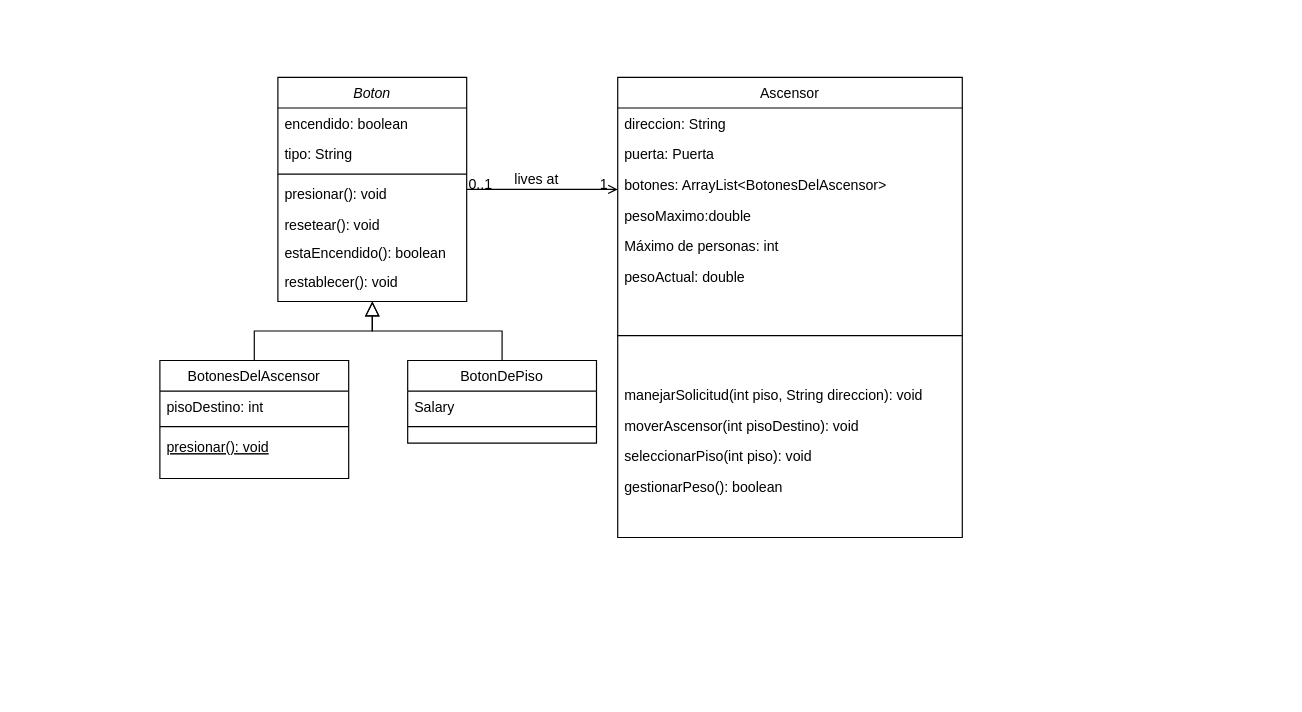
This is Diagrama sin título.drawio from DavidOD17/3-Momento, a draw.io file, before an edit. Source tidied: cells renumbered, new cells numbered last; positions are measured from the earlier drawing's top-left corner, leaving out a move shared by most shapes. Both pictures are drawn from the tidied source at 118%, with x=0, y=0 at pixel (159, 77).
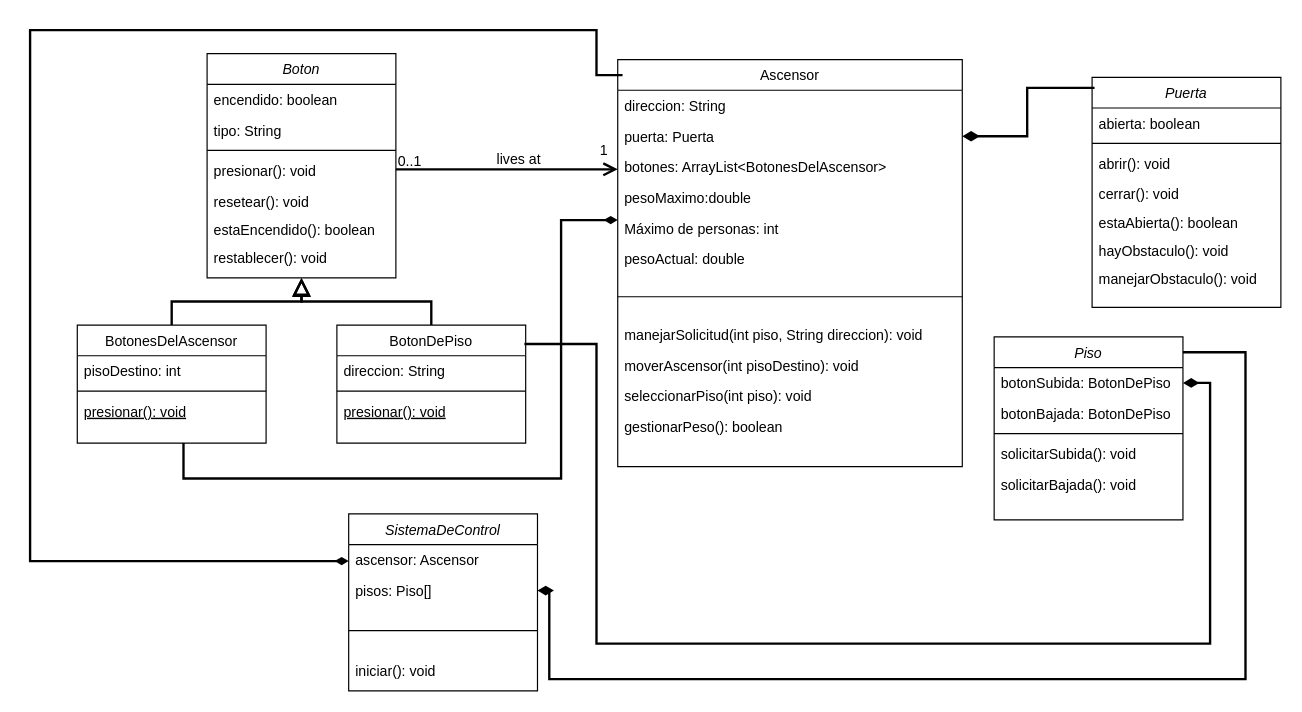
Above is the later version.

Unchanged cells that the change refers to:
```xml
<mxCell id="21" value="puerta: Puerta" style="text;align=left;verticalAlign=top;spacingLeft=4;spacingRight=4;overflow=hidden;points=[[0,0.5],[1,0.5]];portConstraint=eastwest;rounded=0;shadow=0;html=0;" parent="19" vertex="1">
  <mxGeometry y="52" width="292" height="26" as="geometry" />
</mxCell>
```

Diff of the diagram source:
```diff
@@
     <mxCell id="2" value="Boton" style="swimlane;fontStyle=2;align=center;verticalAlign=top;horizontal=1;startSize=26;rounded=0;shadow=0;strokeWidth=1;" parent="1" vertex="1">
-      <mxGeometry x="100" width="160" height="190" as="geometry" />
+      <mxGeometry x="40" y="-20" width="160" height="190" as="geometry" />
     </mxCell>
@@
     <mxCell id="10" value="BotonesDelAscensor" style="swimlane;fontStyle=0;align=center;verticalAlign=top;horizontal=1;startSize=26;rounded=0;shadow=0;strokeWidth=1;" parent="1" vertex="1">
-      <mxGeometry y="240" width="160" height="100" as="geometry" />
+      <mxGeometry x="-70" y="210" width="160" height="100" as="geometry" />
     </mxCell>
@@
-    <mxCell id="14" style="endArrow=block;endSize=10;endFill=0;shadow=0;strokeWidth=1;rounded=0;curved=0;edgeStyle=elbowEdgeStyle;elbow=vertical;" parent="1" edge="1" source="10" target="2">
+    <mxCell id="14" style="endArrow=block;endSize=11;endFill=0;shadow=0;strokeWidth=2;rounded=0;curved=0;edgeStyle=elbowEdgeStyle;elbow=vertical;" parent="1" edge="1" source="10" target="2">
       <mxGeometry relative="1" as="geometry" />
     </mxCell>
     <mxCell id="15" value="BotonDePiso" style="swimlane;fontStyle=0;align=center;verticalAlign=top;horizontal=1;startSize=26;rounded=0;shadow=0;strokeWidth=1;" parent="1" vertex="1">
-      <mxGeometry x="210" y="240" width="160" height="70" as="geometry" />
+      <mxGeometry x="150" y="210" width="160" height="100" as="geometry" />
     </mxCell>
-    <mxCell id="16" value="Salary" style="text;align=left;verticalAlign=top;spacingLeft=4;spacingRight=4;overflow=hidden;" parent="15" vertex="1">
+    <mxCell id="16" value="direccion: String" style="text;align=left;verticalAlign=top;spacingLeft=4;spacingRight=4;overflow=hidden;" parent="15" vertex="1">
       <mxGeometry y="26" width="160" height="26" as="geometry" />
     </mxCell>
@@
+    <mxCell id="35" value="presionar(): void" style="text;align=left;verticalAlign=top;spacingLeft=4;spacingRight=4;overflow=hidden;fontStyle=4;" parent="15" vertex="1">
+      <mxGeometry y="60" width="160" height="26" as="geometry" />
+    </mxCell>
-    <mxCell id="18" style="endArrow=block;endSize=10;endFill=0;shadow=0;strokeWidth=1;rounded=0;curved=0;edgeStyle=elbowEdgeStyle;elbow=vertical;" parent="1" edge="1" source="15" target="2">
+    <mxCell id="18" style="endArrow=block;endSize=10;endFill=0;shadow=0;strokeWidth=2;rounded=0;curved=0;edgeStyle=elbowEdgeStyle;elbow=vertical;" parent="1" edge="1" source="15" target="2">
       <mxGeometry relative="1" as="geometry" />
     </mxCell>
     <mxCell id="19" value="Ascensor" style="swimlane;fontStyle=0;align=center;verticalAlign=top;horizontal=1;startSize=26;rounded=0;shadow=0;strokeWidth=1;" parent="1" vertex="1">
-      <mxGeometry x="388" width="292" height="390" as="geometry" />
+      <mxGeometry x="388" y="-15" width="292" height="345" as="geometry" />
     </mxCell>
@@
     <mxCell id="26" style="line;html=1;strokeWidth=1;align=left;verticalAlign=middle;spacingTop=-1;spacingLeft=3;spacingRight=3;labelPosition=right;" parent="19" vertex="1">
-      <mxGeometry y="182" width="292" height="74" as="geometry" />
+      <mxGeometry y="182" width="292" height="38" as="geometry" />
     </mxCell>
     <mxCell id="27" value="manejarSolicitud(int piso, String direccion): void" style="text;align=left;verticalAlign=top;spacingLeft=4;spacingRight=4;overflow=hidden;" parent="19" vertex="1">
-      <mxGeometry y="256" width="292" height="26" as="geometry" />
+      <mxGeometry y="220" width="292" height="26" as="geometry" />
     </mxCell>
     <mxCell id="28" value="moverAscensor(int pisoDestino): void" style="text;align=left;verticalAlign=top;spacingLeft=4;spacingRight=4;overflow=hidden;" parent="19" vertex="1">
-      <mxGeometry y="282" width="292" height="26" as="geometry" />
+      <mxGeometry y="246" width="292" height="26" as="geometry" />
     </mxCell>
     <mxCell id="29" value="seleccionarPiso(int piso): void" style="text;align=left;verticalAlign=top;spacingLeft=4;spacingRight=4;overflow=hidden;" parent="19" vertex="1">
-      <mxGeometry y="308" width="292" height="26" as="geometry" />
+      <mxGeometry y="272" width="292" height="26" as="geometry" />
     </mxCell>
     <mxCell id="30" value="gestionarPeso(): boolean" style="text;align=left;verticalAlign=top;spacingLeft=4;spacingRight=4;overflow=hidden;" parent="19" vertex="1">
-      <mxGeometry y="334" width="292" height="26" as="geometry" />
+      <mxGeometry y="298" width="292" height="26" as="geometry" />
     </mxCell>
-    <mxCell id="31" style="endArrow=open;shadow=0;strokeWidth=1;rounded=0;curved=0;endFill=1;edgeStyle=elbowEdgeStyle;elbow=vertical;" parent="1" edge="1" source="2" target="19">
+    <mxCell id="31" style="endArrow=open;shadow=0;strokeWidth=2;rounded=0;curved=0;endFill=1;edgeStyle=elbowEdgeStyle;elbow=vertical;endSize=8;" parent="1" edge="1" source="2" target="19">
       <mxGeometry x="0.5" y="41" relative="1" as="geometry">
         <mxPoint x="-40" y="32" as="offset" />
       </mxGeometry>
     </mxCell>
     <mxCell id="32" value="0..1" style="align=left;verticalAlign=bottom;labelBackgroundColor=none;fontSize=12;" parent="31" vertex="1">
       <mxGeometry x="-1" relative="1" as="geometry">
-        <mxPoint y="4" as="offset" />
+        <mxPoint y="2" as="offset" />
       </mxGeometry>
     </mxCell>
     <mxCell id="33" value="1" style="align=right;verticalAlign=bottom;labelBackgroundColor=none;fontSize=12;" parent="31" vertex="1">
       <mxGeometry x="1" relative="1" as="geometry">
-        <mxPoint x="-7" y="4" as="offset" />
+        <mxPoint x="-7" y="-8" as="offset" />
       </mxGeometry>
     </mxCell>
@@
+    <mxCell id="36" style="edgeStyle=orthogonalEdgeStyle;rounded=0;jettySize=auto;html=1;entryX=1;entryY=0.5;entryDx=0;entryDy=0;endArrow=diamondThin;endFill=1;strokeWidth=2;endSize=8;exitX=1;exitY=0.5;exitDx=0;exitDy=0;" parent="1" edge="1" target="38">
+      <mxGeometry relative="1" as="geometry">
+        <mxPoint x="308.9" y="226" as="sourcePoint" />
+        <Array as="points">
+          <mxPoint x="370" y="226" />
+          <mxPoint x="370" y="480" />
+          <mxPoint x="890" y="480" />
+          <mxPoint x="890" y="259" />
+        </Array>
+      </mxGeometry>
+    </mxCell>
+    <mxCell id="37" value="Piso" style="swimlane;fontStyle=2;align=center;verticalAlign=top;horizontal=1;startSize=26;rounded=0;shadow=0;strokeWidth=1;" parent="1" vertex="1">
+      <mxGeometry x="707" y="220" width="160" height="155" as="geometry" />
+    </mxCell>
+    <mxCell id="38" value="botonSubida: BotonDePiso" style="text;align=left;verticalAlign=top;spacingLeft=4;spacingRight=4;overflow=hidden;points=[[0,0.5],[1,0.5]];portConstraint=eastwest;" parent="37" vertex="1">
+      <mxGeometry y="26" width="160" height="26" as="geometry" />
+    </mxCell>
+    <mxCell id="39" value="botonBajada: BotonDePiso" style="text;align=left;verticalAlign=top;spacingLeft=4;spacingRight=4;overflow=hidden;rounded=0;shadow=0;html=0;" parent="37" vertex="1">
+      <mxGeometry y="52" width="160" height="26" as="geometry" />
+    </mxCell>
+    <mxCell id="40" style="line;html=1;strokeWidth=1;align=left;verticalAlign=middle;spacingTop=-1;spacingLeft=3;spacingRight=3;labelPosition=right;" parent="37" vertex="1">
+      <mxGeometry y="78" width="160" height="8" as="geometry" />
+    </mxCell>
+    <mxCell id="41" value="solicitarSubida(): void" style="text;align=left;verticalAlign=top;spacingLeft=4;spacingRight=4;overflow=hidden;" parent="37" vertex="1">
+      <mxGeometry y="86" width="160" height="26" as="geometry" />
+    </mxCell>
+    <mxCell id="42" value="solicitarBajada(): void" style="text;align=left;verticalAlign=top;spacingLeft=4;spacingRight=4;overflow=hidden;" parent="37" vertex="1">
+      <mxGeometry y="112" width="160" height="24" as="geometry" />
+    </mxCell>
+    <mxCell id="43" value="Puerta" style="swimlane;fontStyle=2;align=center;verticalAlign=top;horizontal=1;startSize=26;rounded=0;shadow=0;strokeWidth=1;" parent="1" vertex="1">
+      <mxGeometry x="790" width="160" height="195" as="geometry" />
+    </mxCell>
+    <mxCell id="44" value="abierta: boolean" style="text;align=left;verticalAlign=top;spacingLeft=4;spacingRight=4;overflow=hidden;" parent="43" vertex="1">
+      <mxGeometry y="26" width="160" height="26" as="geometry" />
+    </mxCell>
+    <mxCell id="45" style="line;html=1;strokeWidth=1;align=left;verticalAlign=middle;spacingTop=-1;spacingLeft=3;spacingRight=3;labelPosition=right;" parent="43" vertex="1">
+      <mxGeometry y="52" width="160" height="8" as="geometry" />
+    </mxCell>
+    <mxCell id="46" value="abrir(): void" style="text;align=left;verticalAlign=top;spacingLeft=4;spacingRight=4;overflow=hidden;" parent="43" vertex="1">
+      <mxGeometry y="60" width="160" height="26" as="geometry" />
+    </mxCell>
+    <mxCell id="47" value="cerrar(): void" style="text;align=left;verticalAlign=top;spacingLeft=4;spacingRight=4;overflow=hidden;" parent="43" vertex="1">
+      <mxGeometry y="86" width="160" height="24" as="geometry" />
+    </mxCell>
+    <mxCell id="48" value="estaAbierta(): boolean" style="text;align=left;verticalAlign=top;spacingLeft=4;spacingRight=4;overflow=hidden;rounded=1;" parent="43" vertex="1">
+      <mxGeometry y="110" width="160" height="24" as="geometry" />
+    </mxCell>
+    <mxCell id="49" value="hayObstaculo(): void" style="text;align=left;verticalAlign=top;spacingLeft=4;spacingRight=4;overflow=hidden;" parent="43" vertex="1">
+      <mxGeometry y="134" width="160" height="24" as="geometry" />
+    </mxCell>
+    <mxCell id="50" value="manejarObstaculo(): void" style="text;align=left;verticalAlign=top;spacingLeft=4;spacingRight=4;overflow=hidden;" parent="43" vertex="1">
+      <mxGeometry y="158" width="160" height="24" as="geometry" />
+    </mxCell>
+    <mxCell id="51" value="SistemaDeControl" style="swimlane;fontStyle=2;align=center;verticalAlign=top;horizontal=1;startSize=26;rounded=0;shadow=0;strokeWidth=1;" parent="1" vertex="1">
+      <mxGeometry x="160" y="370" width="160" height="150" as="geometry" />
+    </mxCell>
+    <mxCell id="52" value="ascensor: Ascensor" style="text;align=left;verticalAlign=top;spacingLeft=4;spacingRight=4;overflow=hidden;" parent="51" vertex="1">
+      <mxGeometry y="26" width="160" height="26" as="geometry" />
+    </mxCell>
+    <mxCell id="53" value="pisos: Piso[]" style="text;align=left;verticalAlign=top;spacingLeft=4;spacingRight=4;overflow=hidden;points=[[0,0.5],[1,0.5]];portConstraint=eastwest;" parent="51" vertex="1">
+      <mxGeometry y="52" width="160" height="26" as="geometry" />
+    </mxCell>
+    <mxCell id="54" style="line;html=1;strokeWidth=1;align=left;verticalAlign=middle;spacingTop=-1;spacingLeft=3;spacingRight=3;labelPosition=right;" parent="51" vertex="1">
+      <mxGeometry y="78" width="160" height="42" as="geometry" />
+    </mxCell>
+    <mxCell id="55" value="iniciar(): void" style="text;align=left;verticalAlign=top;spacingLeft=4;spacingRight=4;overflow=hidden;" parent="51" vertex="1">
+      <mxGeometry y="120" width="160" height="26" as="geometry" />
+    </mxCell>
+    <mxCell id="56" style="edgeStyle=orthogonalEdgeStyle;rounded=0;jettySize=auto;html=1;endArrow=diamondThin;endFill=1;strokeWidth=2;endSize=9;targetPerimeterSpacing=0;exitX=0.013;exitY=0.046;exitDx=0;exitDy=0;exitPerimeter=0;" parent="1" edge="1" source="43" target="21">
+      <mxGeometry relative="1" as="geometry" />
+    </mxCell>
+    <mxCell id="57" style="edgeStyle=orthogonalEdgeStyle;rounded=0;orthogonalLoop=1;jettySize=auto;html=1;endArrow=none;endFill=0;strokeWidth=2;endSize=9;targetPerimeterSpacing=0;startArrow=diamondThin;startFill=1;" parent="1" edge="1">
+      <mxGeometry relative="1" as="geometry">
+        <mxPoint x="388" y="121" as="sourcePoint" />
+        <mxPoint x="20" y="310" as="targetPoint" />
+        <Array as="points">
+          <mxPoint x="340" y="121" />
+          <mxPoint x="340" y="340" />
+          <mxPoint x="20" y="340" />
+        </Array>
+      </mxGeometry>
+    </mxCell>
+    <mxCell id="58" style="edgeStyle=orthogonalEdgeStyle;rounded=0;jettySize=auto;html=1;endArrow=diamondThin;endFill=1;strokeWidth=2;endSize=8;entryX=1;entryY=0.5;entryDx=0;entryDy=0;exitX=1;exitY=0.084;exitDx=0;exitDy=0;exitPerimeter=0;" parent="1" edge="1" source="37" target="53">
+      <mxGeometry relative="1" as="geometry">
+        <Array as="points">
+          <mxPoint x="920" y="233" />
+          <mxPoint x="920" y="510" />
+          <mxPoint x="330" y="510" />
+          <mxPoint x="330" y="435" />
+        </Array>
+      </mxGeometry>
+    </mxCell>
+    <mxCell id="59" style="edgeStyle=orthogonalEdgeStyle;rounded=0;jettySize=auto;html=1;endArrow=none;endFill=0;strokeWidth=2;endSize=9;targetPerimeterSpacing=0;startArrow=diamondThin;startFill=1;entryX=0.014;entryY=0.038;entryDx=0;entryDy=0;entryPerimeter=0;" parent="1" edge="1" target="19">
+      <mxGeometry relative="1" as="geometry">
+        <mxPoint x="160" y="410" as="sourcePoint" />
+        <Array as="points">
+          <mxPoint x="-110" y="410" />
+          <mxPoint x="-110" y="-40" />
+          <mxPoint x="370" y="-40" />
+          <mxPoint x="370" y="-2" />
+        </Array>
+      </mxGeometry>
+    </mxCell>
```
